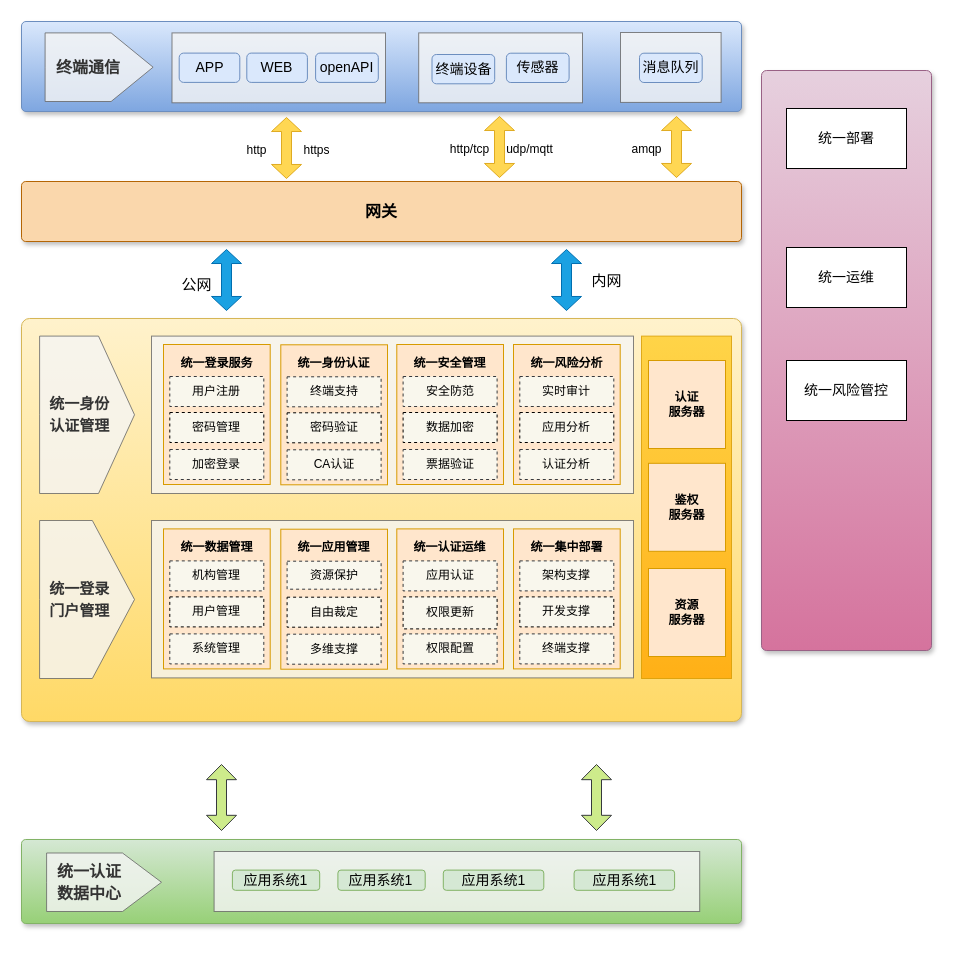
Above: 东庄信息化项目-统一权限管理.drawio in sun-beijixing/drawio (draw.io), before the change. Source tidied: cells renumbered, new cells numbered last; positions are measured from the earlier drawing's top-left corner, leaving out a move shared by most shapes. Both pictures are drawn from the tidied source at 100%, with x=0, y=0 at pixel (21, 21).
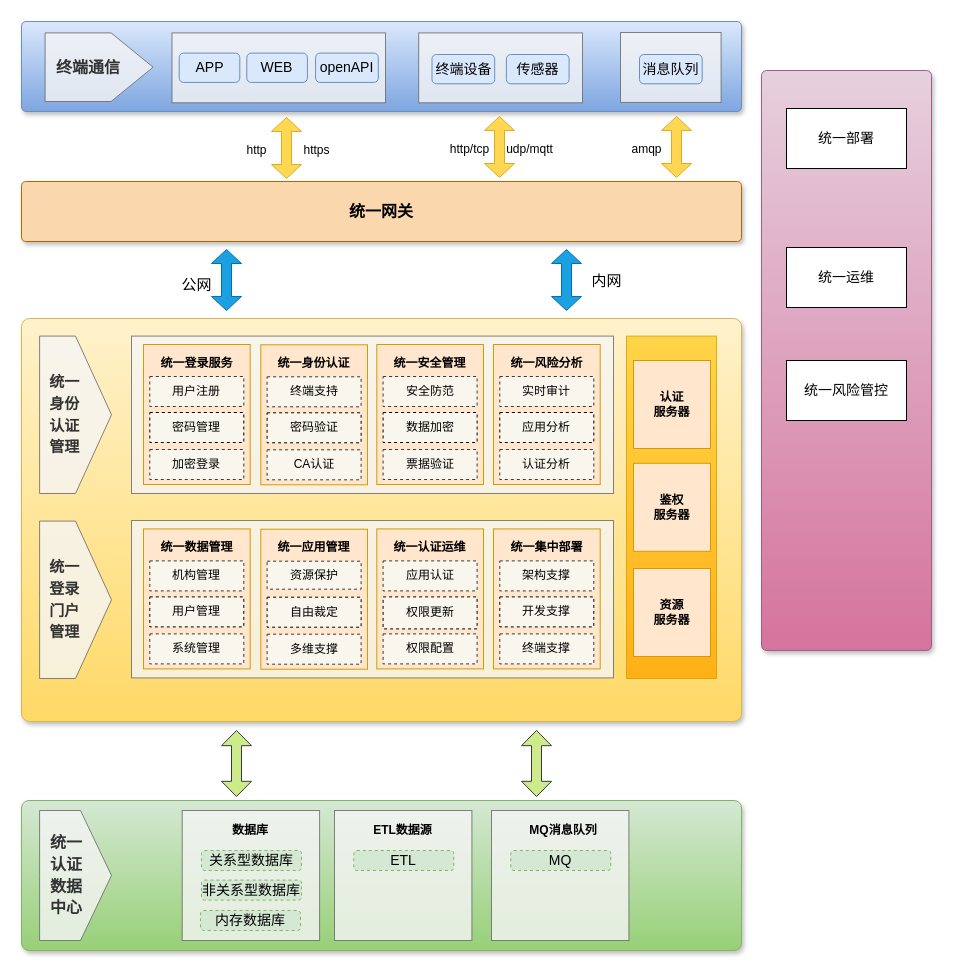
Above is the later version.

Commit message (it also covers changes not shown here):
更新东庄信息化项目-统一权限管理.drawio

The change refers to these unchanged cells:
```xml
<mxCell id="2" style="text;html=1;strokeColor=#6c8ebf;fillColor=#dae8fc;align=center;verticalAlign=middle;whiteSpace=wrap;fontSize=54;fontStyle=1;shadow=1;rounded=1;glass=0;sketch=0;arcSize=5;gradientColor=#7ea6e0;" parent="1" vertex="1">
  <mxGeometry width="720" height="90" as="geometry" />
</mxCell>
<mxCell id="14" style="text;html=1;strokeColor=#d6b656;fillColor=#fff2cc;align=center;verticalAlign=middle;whiteSpace=wrap;fontSize=54;fontStyle=1;shadow=1;rounded=1;glass=0;sketch=0;arcSize=2;gradientColor=#ffd966;" parent="1" vertex="1">
  <mxGeometry y="297" width="720" height="403" as="geometry" />
</mxCell>
```

Change to the diagram source:
```diff
@@
     <mxCell id="11" value="&lt;span style=&quot;font-size: 14px;&quot;&gt;传感器&lt;/span&gt;" style="rounded=1;whiteSpace=wrap;html=1;shadow=0;glass=0;sketch=0;fillColor=#dae8fc;strokeColor=#6c8ebf;gradientColor=none;" parent="2" vertex="1">
-      <mxGeometry x="484.9" y="31.7" width="62.7" height="29.3" as="geometry" />
+      <mxGeometry x="484.9" y="33" width="62.7" height="29.3" as="geometry" />
     </mxCell>
@@
     <mxCell id="13" value="&lt;span style=&quot;font-size: 14px;&quot;&gt;消息队列&lt;/span&gt;" style="rounded=1;whiteSpace=wrap;html=1;shadow=0;glass=0;sketch=0;fillColor=#dae8fc;strokeColor=#6c8ebf;gradientColor=none;" parent="2" vertex="1">
-      <mxGeometry x="618" y="31.7" width="62.7" height="29.3" as="geometry" />
+      <mxGeometry x="618" y="33" width="62.7" height="29.3" as="geometry" />
     </mxCell>
@@
     <mxCell id="15" style="rounded=0;whiteSpace=wrap;html=1;shadow=0;glass=0;sketch=0;fontSize=20;fillColor=#f5f5f5;fontColor=#333333;strokeColor=#666666;opacity=80;" parent="14" vertex="1">
-      <mxGeometry x="130" y="17.6" width="482" height="157.4" as="geometry" />
+      <mxGeometry x="110" y="17.6" width="482" height="157.4" as="geometry" />
     </mxCell>
-    <mxCell id="16" value="&lt;div style=&quot;&quot;&gt;&lt;b style=&quot;font-size: 15px;&quot;&gt;&amp;nbsp; 统一身份&lt;br&gt;&amp;nbsp; 认证管理&lt;/b&gt;&lt;br&gt;&lt;/div&gt;" style="html=1;shadow=0;dashed=0;align=left;verticalAlign=middle;shape=mxgraph.arrows2.arrow;dy=0;dx=36;notch=0;rounded=0;glass=0;sketch=0;fontSize=18;fillColor=#f5f5f5;fontColor=#333333;strokeColor=#666666;whiteSpace=wrap;opacity=80;" parent="14" vertex="1">
-      <mxGeometry x="18.1" y="17.6" width="94.9" height="157.4" as="geometry" />
+    <mxCell id="16" value="&lt;div style=&quot;&quot;&gt;&lt;b style=&quot;font-size: 15px;&quot;&gt;&amp;nbsp; 统一&lt;/b&gt;&lt;/div&gt;&lt;div style=&quot;&quot;&gt;&lt;b style=&quot;font-size: 15px;&quot;&gt;&amp;nbsp; 身份&lt;br&gt;&amp;nbsp; 认证&lt;/b&gt;&lt;/div&gt;&lt;div style=&quot;&quot;&gt;&lt;b style=&quot;font-size: 15px;&quot;&gt;&amp;nbsp; 管理&lt;/b&gt;&lt;br&gt;&lt;/div&gt;" style="html=1;shadow=0;dashed=0;align=left;verticalAlign=middle;shape=mxgraph.arrows2.arrow;dy=0;dx=36;notch=0;rounded=0;glass=0;sketch=0;fontSize=18;fillColor=#f5f5f5;fontColor=#333333;strokeColor=#666666;whiteSpace=wrap;opacity=80;" parent="14" vertex="1">
+      <mxGeometry x="18.1" y="17.6" width="71.9" height="157.4" as="geometry" />
     </mxCell>
-    <mxCell id="17" value="&lt;span style=&quot;color: rgb(51, 51, 51);&quot;&gt;&lt;b style=&quot;font-size: 15px;&quot;&gt;&lt;font style=&quot;font-size: 15px;&quot;&gt;&amp;nbsp; 统一登录&lt;br&gt;&amp;nbsp; 门户管理&lt;br&gt;&lt;/font&gt;&lt;/b&gt;&lt;/span&gt;" style="html=1;shadow=0;dashed=0;align=left;verticalAlign=middle;shape=mxgraph.arrows2.arrow;dy=0;dx=42.16;notch=0;rounded=0;glass=0;sketch=0;fontSize=18;fillColor=#f5f5f5;fontColor=#333333;strokeColor=#666666;whiteSpace=wrap;opacity=80;" parent="14" vertex="1">
-      <mxGeometry x="18.1" y="202" width="94.9" height="158" as="geometry" />
-    </mxCell>
     <mxCell id="18" style="group;" parent="14" vertex="1">
-      <mxGeometry x="142" y="26" width="106.7" height="140" as="geometry" />
+      <mxGeometry x="122" y="26" width="106.7" height="140" as="geometry" />
     </mxCell>
@@
     <mxCell id="24" style="group;" parent="14" vertex="1">
-      <mxGeometry x="259.3" y="26.3" width="106.7" height="140" as="geometry" />
+      <mxGeometry x="239.3" y="26.3" width="106.7" height="140" as="geometry" />
     </mxCell>
@@
     <mxCell id="30" style="group;" parent="14" vertex="1">
-      <mxGeometry x="375.3" y="26" width="106.7" height="140" as="geometry" />
+      <mxGeometry x="355.3" y="26" width="106.7" height="140" as="geometry" />
     </mxCell>
@@
     <mxCell id="36" style="group;" parent="14" vertex="1">
-      <mxGeometry x="492" y="26" width="106.7" height="140" as="geometry" />
+      <mxGeometry x="472" y="26" width="106.7" height="140" as="geometry" />
     </mxCell>
@@
     <mxCell id="42" style="rounded=0;whiteSpace=wrap;html=1;shadow=0;glass=0;sketch=0;fontSize=20;fillColor=#f5f5f5;fontColor=#333333;strokeColor=#666666;opacity=80;" parent="14" vertex="1">
-      <mxGeometry x="130" y="202" width="482" height="157.4" as="geometry" />
+      <mxGeometry x="110" y="202" width="482" height="157.4" as="geometry" />
     </mxCell>
     <mxCell id="43" style="group;" parent="14" vertex="1">
-      <mxGeometry x="142" y="210.4" width="106.7" height="140" as="geometry" />
+      <mxGeometry x="122" y="210.4" width="106.7" height="140" as="geometry" />
     </mxCell>
@@
     <mxCell id="49" style="group;" parent="14" vertex="1">
-      <mxGeometry x="259.3" y="210.7" width="106.7" height="140" as="geometry" />
+      <mxGeometry x="239.3" y="210.7" width="106.7" height="140" as="geometry" />
     </mxCell>
@@
     <mxCell id="55" style="group;" parent="14" vertex="1">
-      <mxGeometry x="375.3" y="210.4" width="106.7" height="140" as="geometry" />
+      <mxGeometry x="355.3" y="210.4" width="106.7" height="140" as="geometry" />
     </mxCell>
@@
     <mxCell id="61" style="group;" parent="14" vertex="1">
-      <mxGeometry x="492" y="210.4" width="106.7" height="140" as="geometry" />
+      <mxGeometry x="472" y="210.4" width="106.7" height="140" as="geometry" />
     </mxCell>
@@
+    <mxCell id="100" value="&lt;div style=&quot;&quot;&gt;&lt;b style=&quot;font-size: 15px;&quot;&gt;&amp;nbsp; 统一&lt;br&gt;&amp;nbsp; 登录&lt;br&gt;&amp;nbsp; 门户&lt;br&gt;&amp;nbsp; 管理&lt;/b&gt;&lt;br&gt;&lt;/div&gt;" style="html=1;shadow=0;dashed=0;align=left;verticalAlign=middle;shape=mxgraph.arrows2.arrow;dy=0;dx=36;notch=0;rounded=0;glass=0;sketch=0;fontSize=18;fillColor=#f5f5f5;fontColor=#333333;strokeColor=#666666;whiteSpace=wrap;opacity=80;" parent="14" vertex="1">
+      <mxGeometry x="18.1" y="202.6" width="71.9" height="157.4" as="geometry" />
+    </mxCell>
+    <mxCell id="101" style="group;" parent="14" vertex="1">
+      <mxGeometry x="605" y="17.6" width="90" height="342.4" as="geometry" />
+    </mxCell>
-    <mxCell id="67" style="rounded=0;whiteSpace=wrap;html=1;shadow=0;glass=0;sketch=0;fontSize=20;fillColor=#ffcd28;strokeColor=#d79b00;opacity=80;gradientColor=#ffa500;" parent="14" vertex="1">
-      <mxGeometry x="620" y="17.6" width="90" height="342.4" as="geometry" />
+    <mxCell id="67" style="rounded=0;whiteSpace=wrap;html=1;shadow=0;glass=0;sketch=0;fontSize=20;fillColor=#ffcd28;strokeColor=#d79b00;opacity=80;gradientColor=#ffa500;" parent="101" vertex="1">
+      <mxGeometry width="90" height="342.4" as="geometry" />
     </mxCell>
-    <mxCell id="68" value="&lt;b&gt;认证&lt;br&gt;服务器&lt;/b&gt;" style="rounded=0;whiteSpace=wrap;html=1;shadow=0;fontSize=12;fillColor=#ffe6cc;strokeColor=#d79b00;" parent="14" vertex="1">
-      <mxGeometry x="627" y="42" width="77" height="88" as="geometry" />
+    <mxCell id="68" value="&lt;b&gt;认证&lt;br&gt;服务器&lt;/b&gt;" style="rounded=0;whiteSpace=wrap;html=1;shadow=0;fontSize=12;fillColor=#ffe6cc;strokeColor=#d79b00;" parent="101" vertex="1">
+      <mxGeometry x="7" y="24.4" width="77" height="88" as="geometry" />
     </mxCell>
-    <mxCell id="69" value="&lt;b&gt;鉴权&lt;br&gt;服务器&lt;/b&gt;" style="rounded=0;whiteSpace=wrap;html=1;shadow=0;fontSize=12;fillColor=#ffe6cc;strokeColor=#d79b00;" parent="14" vertex="1">
-      <mxGeometry x="627" y="144.8" width="77" height="88" as="geometry" />
+    <mxCell id="69" value="&lt;b&gt;鉴权&lt;br&gt;服务器&lt;/b&gt;" style="rounded=0;whiteSpace=wrap;html=1;shadow=0;fontSize=12;fillColor=#ffe6cc;strokeColor=#d79b00;" parent="101" vertex="1">
+      <mxGeometry x="7" y="127.2" width="77" height="88" as="geometry" />
     </mxCell>
-    <mxCell id="70" value="&lt;b&gt;资源&lt;br&gt;服务器&lt;/b&gt;" style="rounded=0;whiteSpace=wrap;html=1;shadow=0;fontSize=12;fillColor=#ffe6cc;strokeColor=#d79b00;" parent="14" vertex="1">
-      <mxGeometry x="627" y="250" width="77" height="88" as="geometry" />
+    <mxCell id="70" value="&lt;b&gt;资源&lt;br&gt;服务器&lt;/b&gt;" style="rounded=0;whiteSpace=wrap;html=1;shadow=0;fontSize=12;fillColor=#ffe6cc;strokeColor=#d79b00;" parent="101" vertex="1">
+      <mxGeometry x="7" y="232.4" width="77" height="88" as="geometry" />
     </mxCell>
     <mxCell id="71" style="text;html=1;strokeColor=#82b366;fillColor=#d5e8d4;align=center;verticalAlign=middle;whiteSpace=wrap;fontSize=54;fontStyle=1;shadow=1;rounded=1;glass=0;sketch=0;gradientColor=#97d077;arcSize=5;" parent="1" vertex="1">
-      <mxGeometry y="818" width="720" height="84" as="geometry" />
+      <mxGeometry y="779" width="720" height="150" as="geometry" />
     </mxCell>
     <mxCell id="72" style="rounded=0;whiteSpace=wrap;html=1;shadow=0;glass=0;sketch=0;fontSize=20;fillColor=#f5f5f5;fontColor=#333333;strokeColor=#666666;opacity=80;" parent="71" vertex="1">
-      <mxGeometry x="192.6" y="12" width="485.6" height="60" as="geometry" />
+      <mxGeometry x="160.7" y="10" width="137.4" height="130" as="geometry" />
     </mxCell>
-    <mxCell id="73" value="&lt;font style=&quot;font-size: 14px;&quot;&gt;应用系统1&lt;/font&gt;" style="rounded=1;whiteSpace=wrap;html=1;shadow=0;glass=0;sketch=0;fillColor=#d5e8d4;strokeColor=#82b366;gradientColor=none;" parent="71" vertex="1">
-      <mxGeometry x="210.9" y="30.6" width="87.3" height="20.2" as="geometry" />
+    <mxCell id="73" value="&lt;font style=&quot;font-size: 14px;&quot;&gt;非关系型数据库&lt;/font&gt;" style="rounded=1;whiteSpace=wrap;html=1;shadow=0;glass=0;sketch=0;fillColor=#d5e8d4;strokeColor=#82b366;gradientColor=none;dashed=1;" parent="71" vertex="1">
+      <mxGeometry x="180" y="79.6" width="100" height="20" as="geometry" />
     </mxCell>
+    <mxCell id="77" value="&lt;font style=&quot;font-size: 14px;&quot;&gt;关系型数据库&lt;/font&gt;" style="rounded=1;whiteSpace=wrap;html=1;shadow=0;glass=0;sketch=0;fillColor=#d5e8d4;strokeColor=#82b366;gradientColor=none;dashed=1;" parent="71" vertex="1">
+      <mxGeometry x="180" y="50" width="100" height="20" as="geometry" />
+    </mxCell>
-    <mxCell id="74" value="&lt;div style=&quot;&quot;&gt;&lt;b style=&quot;background-color: initial; font-size: 16px;&quot;&gt;&amp;nbsp; 统一认证&lt;/b&gt;&lt;/div&gt;&lt;span style=&quot;color: rgb(51, 51, 51);&quot;&gt;&lt;div style=&quot;&quot;&gt;&lt;b style=&quot;background-color: initial; font-size: 16px;&quot;&gt;&amp;nbsp; 数据中心&lt;/b&gt;&lt;/div&gt;&lt;/span&gt;" style="html=1;shadow=0;dashed=0;align=left;verticalAlign=middle;shape=mxgraph.arrows2.arrow;dy=0;dx=39;notch=0;rounded=0;glass=0;sketch=0;fontSize=18;fillColor=#f5f5f5;fontColor=#333333;strokeColor=#666666;whiteSpace=wrap;opacity=80;" parent="71" vertex="1">
-      <mxGeometry x="25.1" y="13.5" width="114.9" height="58.5" as="geometry" />
+    <mxCell id="74" value="&lt;div style=&quot;&quot;&gt;&lt;b style=&quot;background-color: initial; font-size: 16px;&quot;&gt;&amp;nbsp; 统一&lt;/b&gt;&lt;/div&gt;&lt;div style=&quot;&quot;&gt;&lt;b style=&quot;background-color: initial; font-size: 16px;&quot;&gt;&amp;nbsp; 认证&lt;/b&gt;&lt;/div&gt;&lt;span style=&quot;color: rgb(51, 51, 51);&quot;&gt;&lt;div style=&quot;&quot;&gt;&lt;b style=&quot;background-color: initial; font-size: 16px;&quot;&gt;&amp;nbsp; 数据&lt;/b&gt;&lt;/div&gt;&lt;div style=&quot;&quot;&gt;&lt;b style=&quot;background-color: initial; font-size: 16px;&quot;&gt;&amp;nbsp; 中心&lt;/b&gt;&lt;/div&gt;&lt;/span&gt;" style="html=1;shadow=0;dashed=0;align=left;verticalAlign=middle;shape=mxgraph.arrows2.arrow;dy=0;dx=31;notch=0;rounded=0;glass=0;sketch=0;fontSize=18;fillColor=#f5f5f5;fontColor=#333333;strokeColor=#666666;whiteSpace=wrap;opacity=80;" parent="71" vertex="1">
+      <mxGeometry x="18.1" y="10" width="71.9" height="130" as="geometry" />
     </mxCell>
-    <mxCell id="75" value="&lt;font style=&quot;font-size: 14px;&quot;&gt;应用系统1&lt;/font&gt;" style="rounded=1;whiteSpace=wrap;html=1;shadow=0;glass=0;sketch=0;fillColor=#d5e8d4;strokeColor=#82b366;gradientColor=none;" parent="71" vertex="1">
-      <mxGeometry x="552.6" y="30.6" width="100.5" height="20.2" as="geometry" />
-    </mxCell>
-    <mxCell id="76" value="&lt;font style=&quot;font-size: 14px;&quot;&gt;应用系统1&lt;/font&gt;" style="rounded=1;whiteSpace=wrap;html=1;shadow=0;glass=0;sketch=0;fillColor=#d5e8d4;strokeColor=#82b366;gradientColor=none;" parent="71" vertex="1">
-      <mxGeometry x="421.8" y="30.6" width="100.5" height="20.2" as="geometry" />
-    </mxCell>
-    <mxCell id="77" value="&lt;font style=&quot;font-size: 14px;&quot;&gt;应用系统1&lt;/font&gt;" style="rounded=1;whiteSpace=wrap;html=1;shadow=0;glass=0;sketch=0;fillColor=#d5e8d4;strokeColor=#82b366;gradientColor=none;" parent="71" vertex="1">
-      <mxGeometry x="316.4" y="30.6" width="87.3" height="20.2" as="geometry" />
-    </mxCell>
+    <mxCell id="102" value="&lt;b&gt;数据库&lt;/b&gt;" style="text;html=1;strokeColor=none;fillColor=none;align=center;verticalAlign=middle;whiteSpace=wrap;rounded=0;shadow=1;dashed=1;fontSize=12;opacity=80;" parent="71" vertex="1">
+      <mxGeometry x="199" y="15" width="60" height="30" as="geometry" />
+    </mxCell>
+    <mxCell id="103" style="rounded=0;whiteSpace=wrap;html=1;shadow=0;glass=0;sketch=0;fontSize=20;fillColor=#f5f5f5;fontColor=#333333;strokeColor=#666666;opacity=80;" parent="71" vertex="1">
+      <mxGeometry x="313" y="10" width="137.4" height="130" as="geometry" />
+    </mxCell>
+    <mxCell id="104" value="&lt;span style=&quot;font-size: 14px;&quot;&gt;ETL&lt;/span&gt;" style="rounded=1;whiteSpace=wrap;html=1;shadow=0;glass=0;sketch=0;fillColor=#d5e8d4;strokeColor=#82b366;gradientColor=none;dashed=1;" parent="71" vertex="1">
+      <mxGeometry x="332.3" y="50" width="100" height="20" as="geometry" />
+    </mxCell>
+    <mxCell id="105" value="&lt;b&gt;ETL数据源&lt;/b&gt;" style="text;html=1;strokeColor=none;fillColor=none;align=center;verticalAlign=middle;whiteSpace=wrap;rounded=0;shadow=1;dashed=1;fontSize=12;opacity=80;" parent="71" vertex="1">
+      <mxGeometry x="347.3" y="15" width="68.7" height="30" as="geometry" />
+    </mxCell>
+    <mxCell id="106" value="&lt;font style=&quot;font-size: 14px;&quot;&gt;内存数据库&lt;/font&gt;" style="rounded=1;whiteSpace=wrap;html=1;shadow=0;glass=0;sketch=0;fillColor=#d5e8d4;strokeColor=#82b366;gradientColor=none;dashed=1;" parent="71" vertex="1">
+      <mxGeometry x="179" y="110" width="100" height="20" as="geometry" />
+    </mxCell>
+    <mxCell id="107" style="rounded=0;whiteSpace=wrap;html=1;shadow=0;glass=0;sketch=0;fontSize=20;fillColor=#f5f5f5;fontColor=#333333;strokeColor=#666666;opacity=80;" parent="71" vertex="1">
+      <mxGeometry x="470" y="10" width="137.4" height="130" as="geometry" />
+    </mxCell>
+    <mxCell id="108" value="&lt;span style=&quot;font-size: 14px;&quot;&gt;MQ&lt;/span&gt;" style="rounded=1;whiteSpace=wrap;html=1;shadow=0;glass=0;sketch=0;fillColor=#d5e8d4;strokeColor=#82b366;gradientColor=none;dashed=1;" parent="71" vertex="1">
+      <mxGeometry x="489.3" y="50" width="100" height="20" as="geometry" />
+    </mxCell>
+    <mxCell id="109" value="&lt;b&gt;MQ消息队列&lt;/b&gt;" style="text;html=1;strokeColor=none;fillColor=none;align=center;verticalAlign=middle;whiteSpace=wrap;rounded=0;shadow=1;dashed=1;fontSize=12;opacity=80;" parent="71" vertex="1">
+      <mxGeometry x="504.4" y="15" width="75.7" height="30" as="geometry" />
+    </mxCell>
@@
     <mxCell id="81" style="shape=doubleArrow;direction=south;whiteSpace=wrap;html=1;fontSize=18;arrowWidth=0.3333333333333333;arrowSize=0.23;fillColor=#cdeb8b;strokeColor=#36393d;" parent="1" vertex="1">
-      <mxGeometry x="185" y="743" width="30" height="66" as="geometry" />
+      <mxGeometry x="200" y="709" width="30" height="66" as="geometry" />
     </mxCell>
     <mxCell id="82" style="shape=doubleArrow;direction=south;whiteSpace=wrap;html=1;fontSize=18;arrowWidth=0.3333333333333333;arrowSize=0.23;fillColor=#cdeb8b;strokeColor=#36393d;" parent="1" vertex="1">
-      <mxGeometry x="560" y="743" width="30" height="66" as="geometry" />
+      <mxGeometry x="500" y="709" width="30" height="66" as="geometry" />
     </mxCell>
@@
-    <mxCell id="87" value="&lt;b&gt;&lt;font style=&quot;font-size: 16px;&quot;&gt;网关&lt;/font&gt;&lt;/b&gt;" style="rounded=1;whiteSpace=wrap;html=1;shadow=1;fontSize=12;strokeColor=#b46504;fillColor=#fad7ac;arcSize=7;" parent="1" vertex="1">
+    <mxCell id="87" value="&lt;b&gt;&lt;font style=&quot;font-size: 16px;&quot;&gt;统一网关&lt;/font&gt;&lt;/b&gt;" style="rounded=1;whiteSpace=wrap;html=1;shadow=1;fontSize=12;strokeColor=#b46504;fillColor=#fad7ac;arcSize=7;" parent="1" vertex="1">
       <mxGeometry y="160" width="720" height="60" as="geometry" />
     </mxCell>
```
